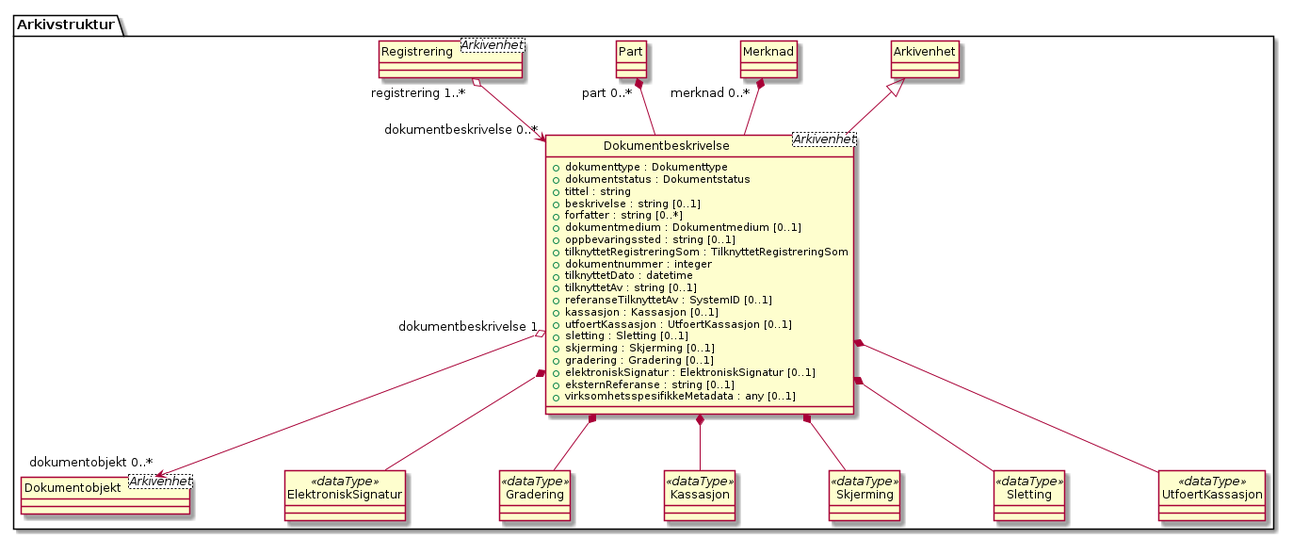
Earlier version of the PlantUML export kapitler/media/uml-class-dokumentbeskrivelse.png (arkivverket/noark5-tjenestegrensesnitt-standard). The source it was exported from:
```plantuml
@startuml
skinparam nodesep 100
hide circle
class Arkivstruktur.Dokumentbeskrivelse <Arkivenhet> {
  +dokumenttype : Dokumenttype
  +dokumentstatus : Dokumentstatus
  +tittel : string
  +beskrivelse : string [0..1]
  +forfatter : string [0..*]
  +dokumentmedium : Dokumentmedium [0..1]
  +oppbevaringssted : string [0..1]
  +tilknyttetRegistreringSom : TilknyttetRegistreringSom
  +dokumentnummer : integer
  +tilknyttetDato : datetime
  +tilknyttetAv : string [0..1]
  +referanseTilknyttetAv : SystemID [0..1]
  +kassasjon : Kassasjon [0..1]
  +utfoertKassasjon : UtfoertKassasjon [0..1]
  +sletting : Sletting [0..1]
  +skjerming : Skjerming [0..1]
  +gradering : Gradering [0..1]
  +elektroniskSignatur : ElektroniskSignatur [0..1]
  +eksternReferanse : string [0..1]
  +virksomhetsspesifikkeMetadata : any [0..1]
}
class Arkivstruktur.Arkivenhet {
}
Arkivstruktur.Arkivenhet <|-- Arkivstruktur.Dokumentbeskrivelse
class Arkivstruktur.Dokumentobjekt <Arkivenhet> {
}
Arkivstruktur.Dokumentbeskrivelse "dokumentbeskrivelse 1" o--> "dokumentobjekt 0..*" Arkivstruktur.Dokumentobjekt
class Arkivstruktur.ElektroniskSignatur <<dataType>> {
}
Arkivstruktur.Dokumentbeskrivelse *-- Arkivstruktur.ElektroniskSignatur
class Arkivstruktur.Gradering <<dataType>> {
}
Arkivstruktur.Dokumentbeskrivelse *-- Arkivstruktur.Gradering
class Arkivstruktur.Kassasjon <<dataType>> {
}
Arkivstruktur.Dokumentbeskrivelse *-- Arkivstruktur.Kassasjon
class Arkivstruktur.Skjerming <<dataType>> {
}
Arkivstruktur.Dokumentbeskrivelse *-- Arkivstruktur.Skjerming
class Arkivstruktur.Sletting <<dataType>> {
}
Arkivstruktur.Dokumentbeskrivelse *-- Arkivstruktur.Sletting
class Arkivstruktur.UtfoertKassasjon <<dataType>> {
}
Arkivstruktur.Dokumentbeskrivelse *-- Arkivstruktur.UtfoertKassasjon
class Arkivstruktur.Merknad {
}
Arkivstruktur.Merknad "merknad 0..*" *-- Arkivstruktur.Dokumentbeskrivelse
class Arkivstruktur.Part {
}
Arkivstruktur.Part "part 0..*" *-- Arkivstruktur.Dokumentbeskrivelse
class Arkivstruktur.Registrering <Arkivenhet> {
}
Arkivstruktur.Registrering "registrering 1..*" o--> "dokumentbeskrivelse 0..*" Arkivstruktur.Dokumentbeskrivelse
@enduml
```
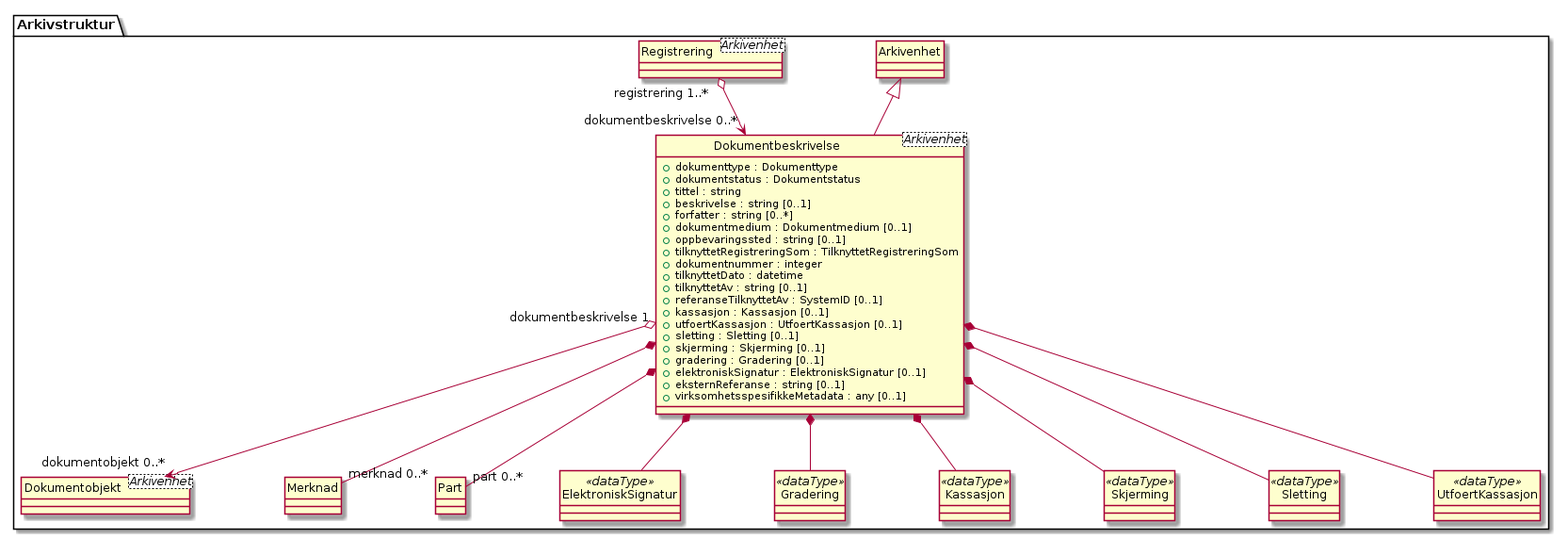
The same file after the commit.

The edit, as a diff of the source:
```diff
@@ -29,6 +29,12 @@
 class Arkivstruktur.Dokumentobjekt <Arkivenhet> {
 }
 Arkivstruktur.Dokumentbeskrivelse "dokumentbeskrivelse 1" o--> "dokumentobjekt 0..*" Arkivstruktur.Dokumentobjekt
+class Arkivstruktur.Merknad {
+}
+Arkivstruktur.Dokumentbeskrivelse *-- "merknad 0..*" Arkivstruktur.Merknad
+class Arkivstruktur.Part {
+}
+Arkivstruktur.Dokumentbeskrivelse *-- "part 0..*" Arkivstruktur.Part
 class Arkivstruktur.ElektroniskSignatur <<dataType>> {
 }
 Arkivstruktur.Dokumentbeskrivelse *-- Arkivstruktur.ElektroniskSignatur
@@ -47,12 +53,6 @@
 class Arkivstruktur.UtfoertKassasjon <<dataType>> {
 }
 Arkivstruktur.Dokumentbeskrivelse *-- Arkivstruktur.UtfoertKassasjon
-class Arkivstruktur.Merknad {
-}
-Arkivstruktur.Merknad "merknad 0..*" *-- Arkivstruktur.Dokumentbeskrivelse
-class Arkivstruktur.Part {
-}
-Arkivstruktur.Part "part 0..*" *-- Arkivstruktur.Dokumentbeskrivelse
 class Arkivstruktur.Registrering <Arkivenhet> {
 }
 Arkivstruktur.Registrering "registrering 1..*" o--> "dokumentbeskrivelse 0..*" Arkivstruktur.Dokumentbeskrivelse
```
